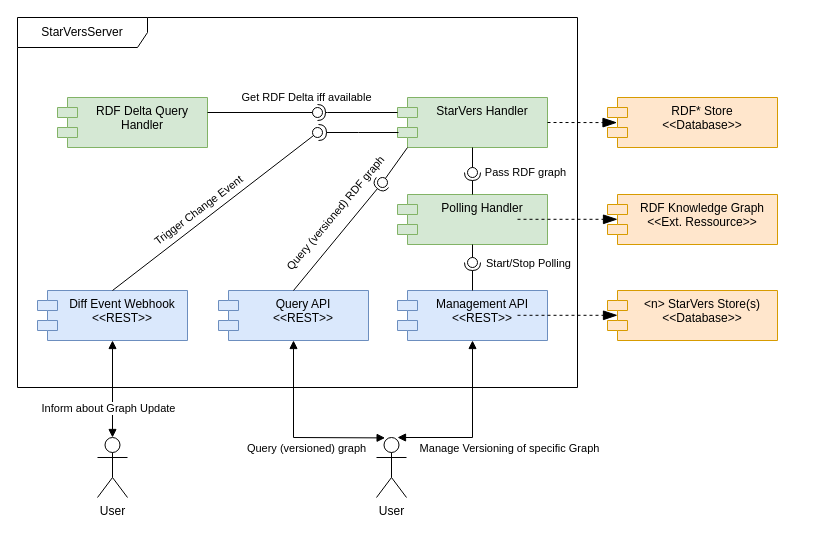
Before: assets/ComponentDiagram.drawio in GreenfishK/starvers, a draw.io diagram. Source tidied: cells renumbered, new cells numbered last; positions are measured from the earlier drawing's top-left corner, leaving out a move shared by most shapes. Both pictures are drawn from the tidied source at 100%, with x=0, y=0 at pixel (17, 17).
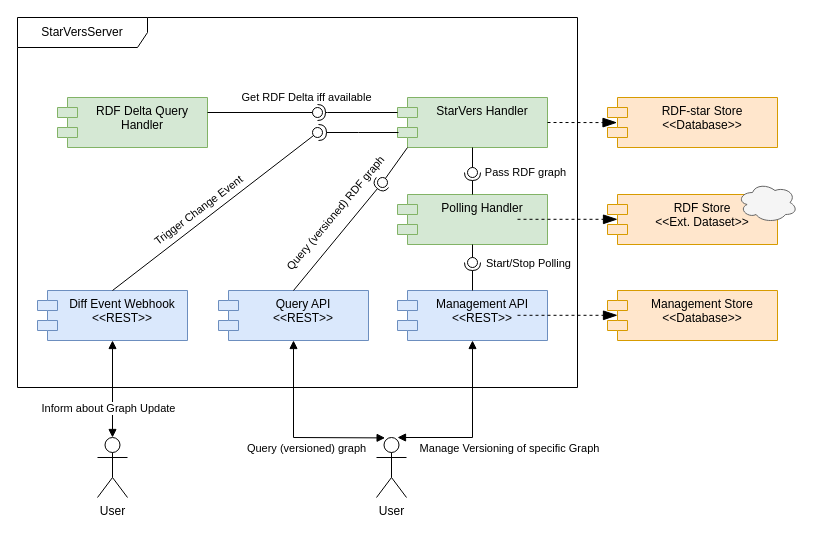
After the change.

Diff of the diagram source:
```diff
@@
-    <mxCell id="4" value="RDF* Store&lt;br&gt;&amp;lt;&amp;lt;Database&amp;gt;&amp;gt;" style="shape=module;align=left;spacingLeft=20;align=center;verticalAlign=top;whiteSpace=wrap;html=1;fillColor=#ffe6cc;strokeColor=#d79b00;" parent="1" vertex="1">
+    <mxCell id="4" value="RDF-star Store&lt;br&gt;&amp;lt;&amp;lt;Database&amp;gt;&amp;gt;" style="shape=module;align=left;spacingLeft=20;align=center;verticalAlign=top;whiteSpace=wrap;html=1;fillColor=#ffe6cc;strokeColor=#d79b00;" parent="1" vertex="1">
       <mxGeometry x="590" y="80" width="170" height="50" as="geometry" />
     </mxCell>
-    <mxCell id="5" value="&amp;lt;n&amp;gt; StarVers Store(s)&lt;br&gt;&amp;lt;&amp;lt;Database&amp;gt;&amp;gt;" style="shape=module;align=left;spacingLeft=20;align=center;verticalAlign=top;whiteSpace=wrap;html=1;fillColor=#ffe6cc;strokeColor=#d79b00;" parent="1" vertex="1">
+    <mxCell id="5" value="Management Store&lt;br&gt;&amp;lt;&amp;lt;Database&amp;gt;&amp;gt;" style="shape=module;align=left;spacingLeft=20;align=center;verticalAlign=top;whiteSpace=wrap;html=1;fillColor=#ffe6cc;strokeColor=#d79b00;" parent="1" vertex="1">
       <mxGeometry x="590" y="273" width="170" height="50" as="geometry" />
     </mxCell>
@@
-    <mxCell id="10" value="RDF Knowledge Graph &amp;lt;&amp;lt;Ext. Ressource&amp;gt;&amp;gt;" style="shape=module;align=left;spacingLeft=20;align=center;verticalAlign=top;whiteSpace=wrap;html=1;fillColor=#ffe6cc;strokeColor=#d79b00;" parent="1" vertex="1">
+    <mxCell id="10" value="RDF Store&lt;br&gt;&amp;lt;&amp;lt;Ext. Dataset&amp;gt;&amp;gt;" style="shape=module;align=left;spacingLeft=20;align=center;verticalAlign=top;whiteSpace=wrap;html=1;fillColor=#ffe6cc;strokeColor=#d79b00;" parent="1" vertex="1">
       <mxGeometry x="590" y="177" width="170" height="50" as="geometry" />
     </mxCell>
@@
+    <mxCell id="44" style="ellipse;shape=cloud;whiteSpace=wrap;html=1;fillColor=#f5f5f5;fontColor=#333333;strokeColor=#666666;" parent="1" vertex="1">
+      <mxGeometry x="720" y="165" width="60" height="40" as="geometry" />
+    </mxCell>
```
